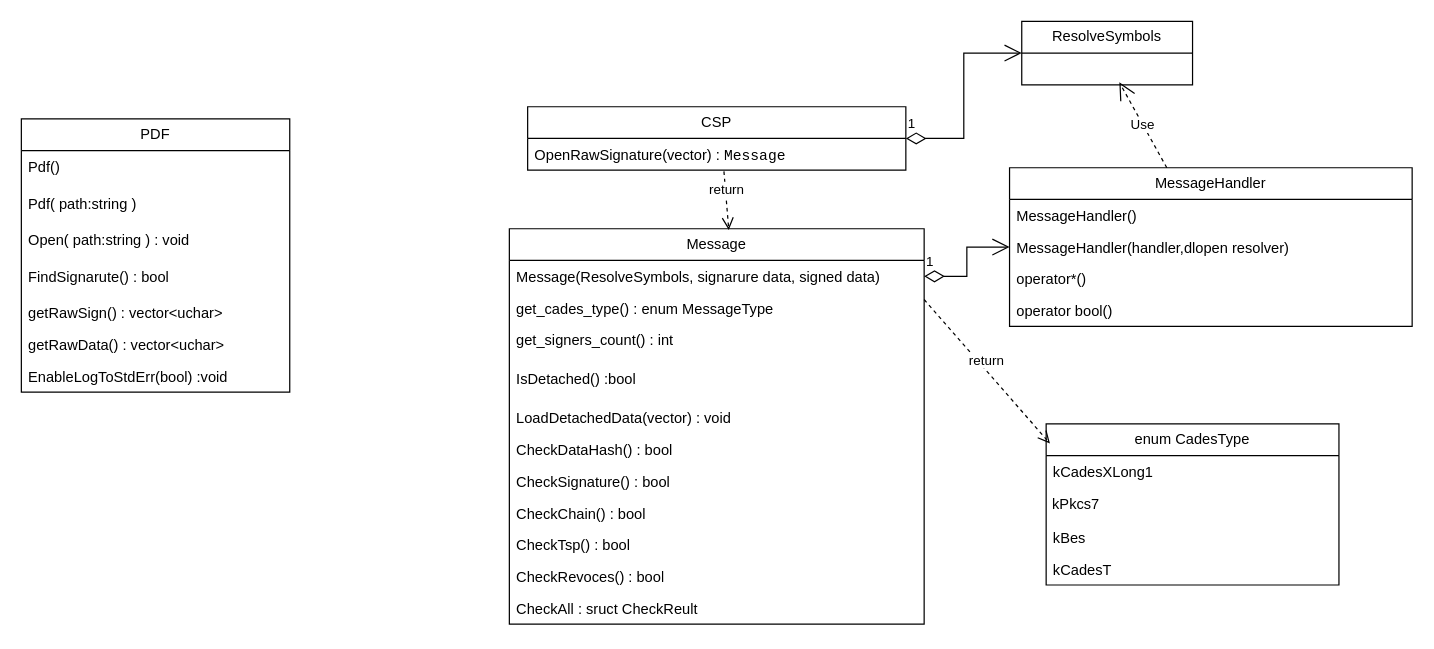
Above: basic_struct_draft.drawio in 3036662/pdf_scp (draw.io), before the change. Source tidied: cells renumbered, new cells numbered last; positions are measured from the earlier drawing's top-left corner, leaving out a move shared by most shapes. Both pictures are drawn from the tidied source at 122%, with x=0, y=0 at pixel (21, 21).
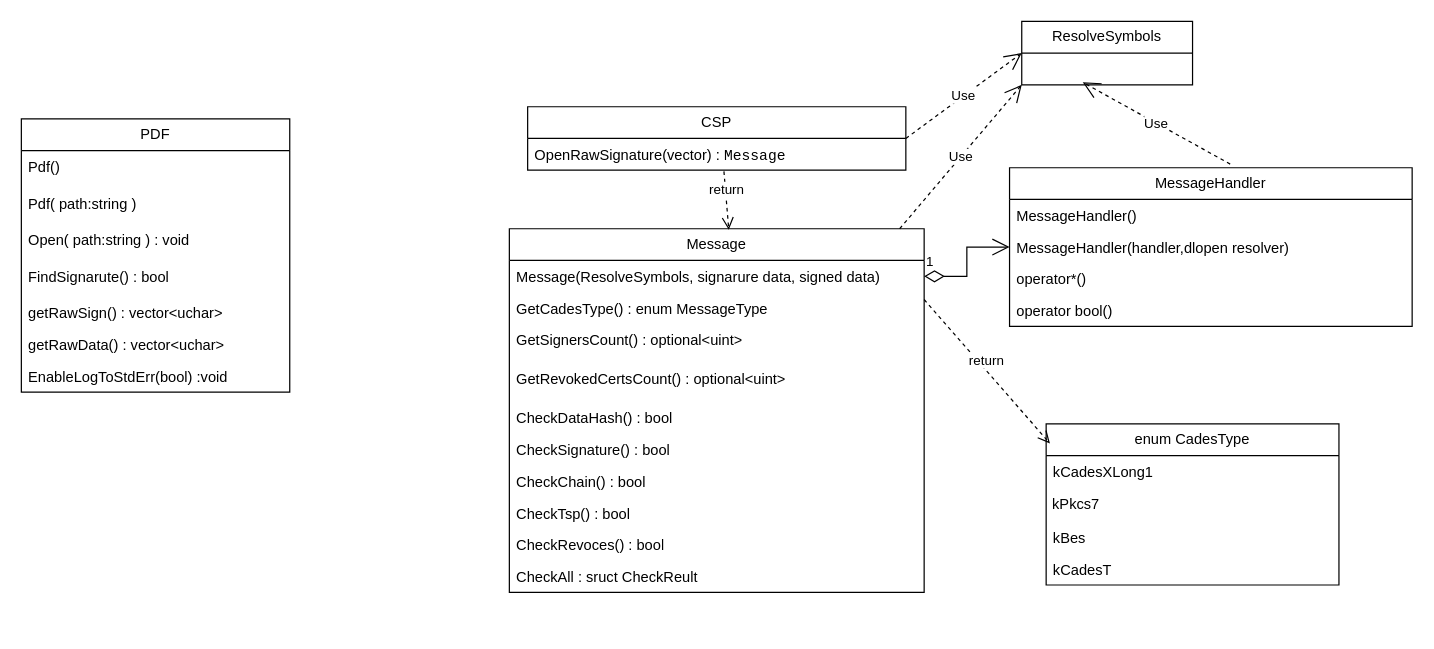
The same page after the edit.

The change refers to these unchanged cells:
```xml
<mxCell id="10" value="CSP" style="swimlane;fontStyle=0;horizontal=1;startSize=26;fillColor=none;whiteSpace=wrap;html=1;" parent="1" vertex="1">
  <mxGeometry x="415" y="70" width="310" height="52" as="geometry" />
</mxCell>
<mxCell id="29" value="ResolveSymbols" style="swimlane;fontStyle=0;horizontal=1;startSize=26;fillColor=none;whiteSpace=wrap;html=1;" parent="1" vertex="1">
  <mxGeometry x="820" width="140" height="52" as="geometry" />
</mxCell>
<mxCell id="32" value="MessageHandler" style="swimlane;fontStyle=0;horizontal=1;startSize=26;fillColor=none;whiteSpace=wrap;html=1;" parent="1" vertex="1">
  <mxGeometry x="810" y="120" width="330" height="130" as="geometry" />
</mxCell>
```

Diff of the diagram source:
```diff
@@
     <mxCell id="12" value="Message" style="swimlane;fontStyle=0;horizontal=1;startSize=26;fillColor=none;whiteSpace=wrap;html=1;" parent="1" vertex="1">
-      <mxGeometry x="400" y="170" width="340" height="324" as="geometry" />
+      <mxGeometry x="400" y="170" width="340" height="298" as="geometry" />
     </mxCell>
@@
-    <mxCell id="14" value="get_cades_type() : enum MessageType" style="text;strokeColor=none;fillColor=none;align=left;verticalAlign=top;spacingLeft=4;spacingRight=4;overflow=hidden;points=[[0,0.5],[1,0.5]];portConstraint=eastwest;whiteSpace=wrap;html=1;" parent="12" vertex="1">
+    <mxCell id="14" value="GetCadesType() : enum MessageType" style="text;strokeColor=none;fillColor=none;align=left;verticalAlign=top;spacingLeft=4;spacingRight=4;overflow=hidden;points=[[0,0.5],[1,0.5]];portConstraint=eastwest;whiteSpace=wrap;html=1;" parent="12" vertex="1">
       <mxGeometry y="52" width="340" height="26" as="geometry" />
     </mxCell>
-    <mxCell id="15" value="get_signers_count() : int" style="text;strokeColor=none;fillColor=none;align=left;verticalAlign=top;spacingLeft=4;spacingRight=4;overflow=hidden;whiteSpace=wrap;html=1;" parent="12" vertex="1">
+    <mxCell id="15" value="GetSignersCount() : optional&amp;lt;uint&amp;gt;" style="text;strokeColor=none;fillColor=none;align=left;verticalAlign=top;spacingLeft=4;spacingRight=4;overflow=hidden;whiteSpace=wrap;html=1;" parent="12" vertex="1">
       <mxGeometry y="78" width="340" height="32" as="geometry" />
     </mxCell>
-    <mxCell id="16" value="IsDetached() :bool" style="text;strokeColor=none;fillColor=none;align=left;verticalAlign=top;spacingLeft=4;spacingRight=4;overflow=hidden;whiteSpace=wrap;html=1;" parent="12" vertex="1">
-      <mxGeometry y="110" width="340" height="32" as="geometry" />
-    </mxCell>
-    <mxCell id="17" value="LoadDetachedData(vector) : void " style="text;strokeColor=none;fillColor=none;align=left;verticalAlign=top;spacingLeft=4;spacingRight=4;overflow=hidden;whiteSpace=wrap;html=1;" parent="12" vertex="1">
-      <mxGeometry y="142" width="340" height="26" as="geometry" />
-    </mxCell>
+    <mxCell id="40" value="GetRevokedCertsCount() :&amp;nbsp;optional&amp;lt;uint&amp;gt;" style="text;strokeColor=none;fillColor=none;align=left;verticalAlign=top;spacingLeft=4;spacingRight=4;overflow=hidden;whiteSpace=wrap;html=1;" parent="12" vertex="1">
+      <mxGeometry y="110" width="340" height="32" as="geometry" />
+    </mxCell>
     <mxCell id="18" value="CheckDataHash() : bool" style="text;strokeColor=none;fillColor=none;align=left;verticalAlign=top;spacingLeft=4;spacingRight=4;overflow=hidden;whiteSpace=wrap;html=1;" parent="12" vertex="1">
-      <mxGeometry y="168" width="340" height="26" as="geometry" />
+      <mxGeometry y="142" width="340" height="26" as="geometry" />
     </mxCell>
     <mxCell id="19" value="CheckSignature() : bool" style="text;strokeColor=none;fillColor=none;align=left;verticalAlign=top;spacingLeft=4;spacingRight=4;overflow=hidden;whiteSpace=wrap;html=1;" parent="12" vertex="1">
-      <mxGeometry y="194" width="340" height="26" as="geometry" />
+      <mxGeometry y="168" width="340" height="26" as="geometry" />
     </mxCell>
     <mxCell id="20" value="CheckChain() : bool" style="text;strokeColor=none;fillColor=none;align=left;verticalAlign=top;spacingLeft=4;spacingRight=4;overflow=hidden;whiteSpace=wrap;html=1;" parent="12" vertex="1">
-      <mxGeometry y="220" width="340" height="26" as="geometry" />
+      <mxGeometry y="194" width="340" height="26" as="geometry" />
     </mxCell>
     <mxCell id="21" value="CheckTsp() : bool" style="text;strokeColor=none;fillColor=none;align=left;verticalAlign=top;spacingLeft=4;spacingRight=4;overflow=hidden;whiteSpace=wrap;html=1;" parent="12" vertex="1">
-      <mxGeometry y="246" width="340" height="26" as="geometry" />
+      <mxGeometry y="220" width="340" height="26" as="geometry" />
     </mxCell>
     <mxCell id="22" value="CheckRevoces() : bool" style="text;strokeColor=none;fillColor=none;align=left;verticalAlign=top;spacingLeft=4;spacingRight=4;overflow=hidden;whiteSpace=wrap;html=1;" parent="12" vertex="1">
-      <mxGeometry y="272" width="340" height="26" as="geometry" />
+      <mxGeometry y="246" width="340" height="26" as="geometry" />
     </mxCell>
     <mxCell id="23" value="CheckAll : sruct CheckReult" style="text;strokeColor=none;fillColor=none;align=left;verticalAlign=top;spacingLeft=4;spacingRight=4;overflow=hidden;whiteSpace=wrap;html=1;" parent="12" vertex="1">
-      <mxGeometry y="298" width="340" height="26" as="geometry" />
+      <mxGeometry y="272" width="340" height="26" as="geometry" />
     </mxCell>
@@
-    <mxCell id="37" value="Use" style="endArrow=open;endSize=12;dashed=1;html=1;rounded=0;" parent="1" edge="1" source="32">
-      <mxGeometry relative="1" as="geometry">
-        <mxPoint x="900" y="50" as="targetPoint" />
-      </mxGeometry>
-    </mxCell>
@@
+    <mxCell id="41" value="Use" style="endArrow=open;endSize=12;dashed=1;html=1;rounded=0;entryX=0;entryY=1;entryDx=0;entryDy=0;exitX=0.941;exitY=0;exitDx=0;exitDy=0;exitPerimeter=0;" parent="1" edge="1" source="12" target="29">
+      <mxGeometry relative="1" as="geometry" />
+    </mxCell>
+    <mxCell id="42" value="Use" style="endArrow=open;endSize=12;dashed=1;html=1;rounded=0;exitX=0.548;exitY=-0.023;exitDx=0;exitDy=0;exitPerimeter=0;" parent="1" edge="1" source="32">
+      <mxGeometry relative="1" as="geometry">
+        <mxPoint x="870" y="50" as="targetPoint" />
+      </mxGeometry>
+    </mxCell>
-    <mxCell id="39" value="1" style="endArrow=open;html=1;endSize=12;startArrow=diamondThin;startSize=14;startFill=0;edgeStyle=orthogonalEdgeStyle;align=left;verticalAlign=bottom;rounded=0;entryX=0;entryY=0.5;entryDx=0;entryDy=0;exitX=1;exitY=0.5;exitDx=0;exitDy=0;" parent="1" edge="1" source="10" target="29">
-      <mxGeometry x="-1" y="3" relative="1" as="geometry" />
+    <mxCell id="39" value="Use" style="endArrow=open;endSize=12;dashed=1;html=1;rounded=0;entryX=0;entryY=0.5;entryDx=0;entryDy=0;exitX=1;exitY=0.5;exitDx=0;exitDy=0;" parent="1" edge="1" source="10" target="29">
+      <mxGeometry relative="1" as="geometry" />
     </mxCell>
```
